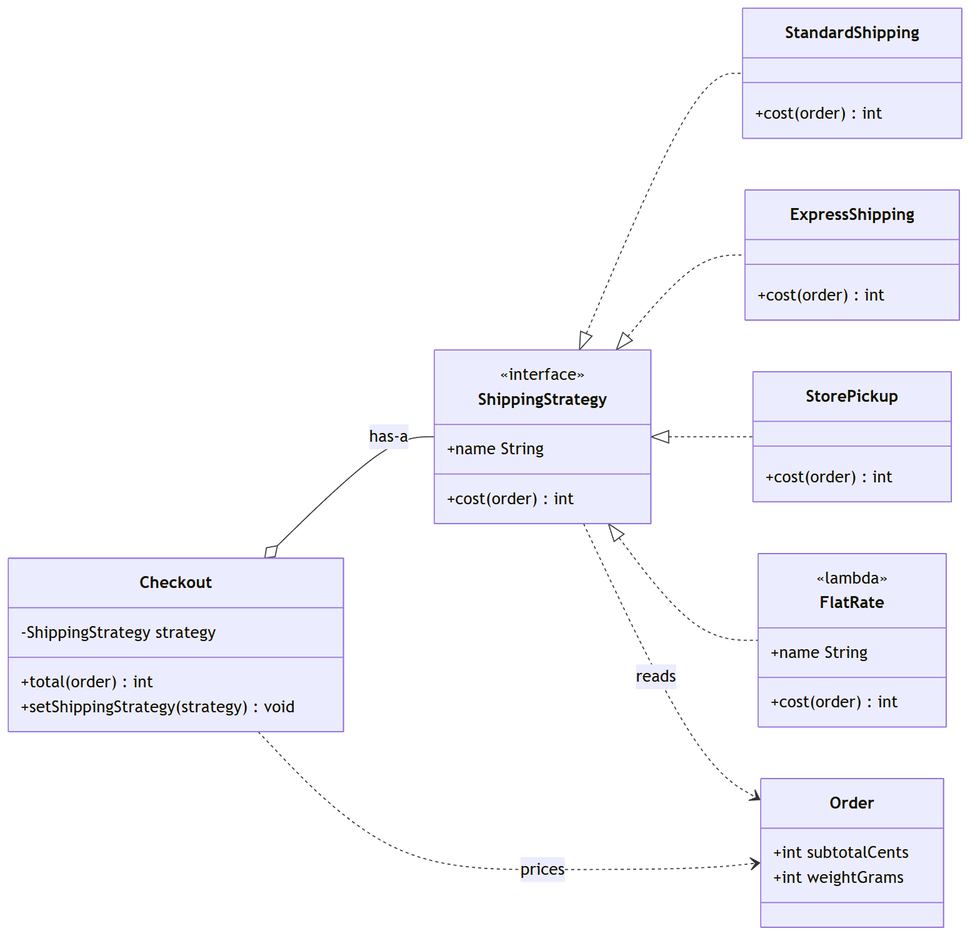
The Mermaid diagram docs/diagrams/checkout-class.png in enok/design-pattern-strategy, before a commit. Its source is kept beside it as docs/diagrams/checkout-class.mmd.
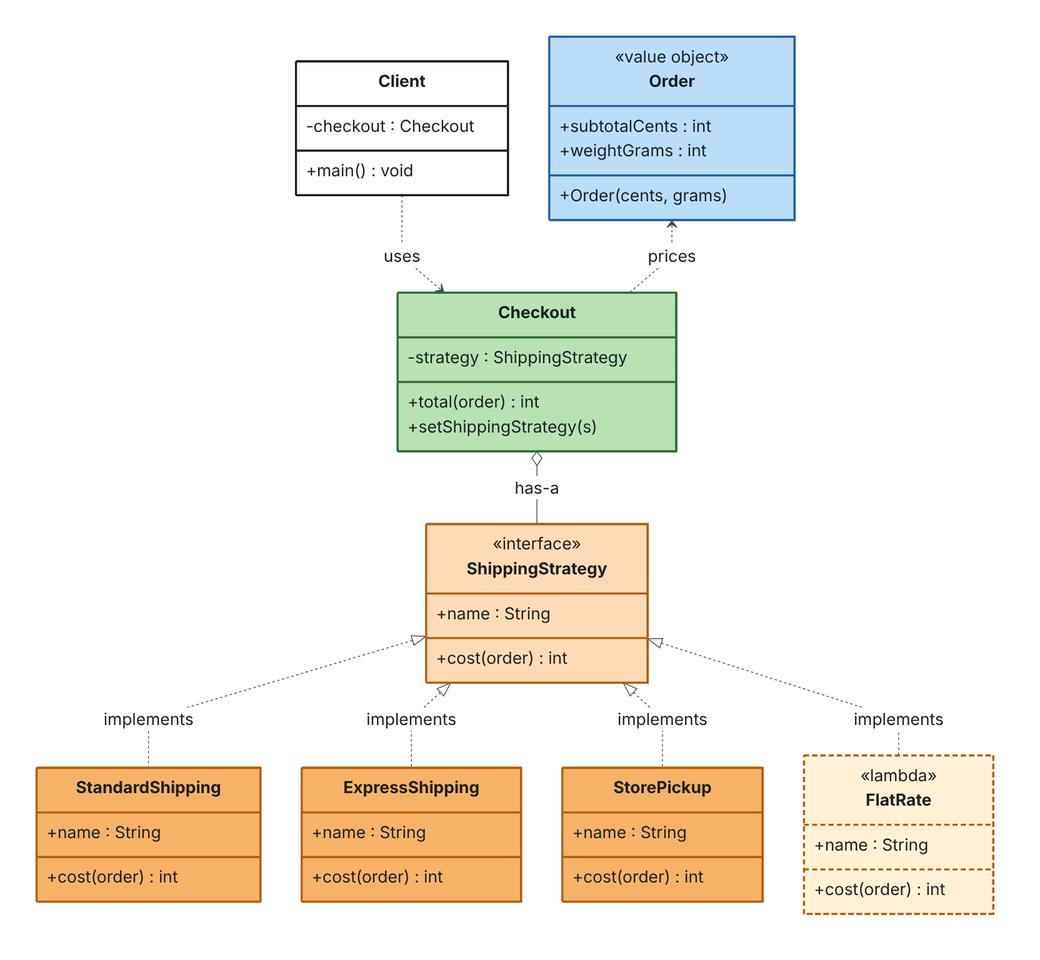
After the change.

Diff of the diagram source:
```diff
@@ -1,37 +1,55 @@
+%%{init: {"theme": "base", "themeVariables": {"fontFamily": "Arial, Helvetica, sans-serif", "fontSize": "20px", "background": "#FFFFFF", "primaryColor": "#FFFFFF", "primaryBorderColor": "#1B1F23", "primaryTextColor": "#1B1F23", "secondaryColor": "#FDDCB5", "tertiaryColor": "#F5F7FA", "lineColor": "#3D4650", "textColor": "#1B1F23", "mainBkg": "#FFFFFF", "nodeBorder": "#1B1F23", "clusterBkg": "#F5F7FA", "clusterBorder": "#9AA5B1", "edgeLabelBackground": "#FFFFFF", "noteBkgColor": "#FFF6D6", "noteBorderColor": "#B8860B", "noteTextColor": "#1B1F23", "actorBkg": "#B8E2B4", "actorBorder": "#2F6B35", "actorTextColor": "#1B1F23", "actorLineColor": "#7A8794", "signalColor": "#3D4650", "signalTextColor": "#1B1F23", "labelBoxBkgColor": "#F5F7FA", "labelBoxBorderColor": "#7A8794", "labelTextColor": "#1B1F23", "loopTextColor": "#1B1F23", "activationBkgColor": "#DDEFDB", "activationBorderColor": "#2F6B35", "sequenceNumberColor": "#FFFFFF", "classText": "#1B1F23"}, "flowchart": {"curve": "linear", "nodeSpacing": 50, "rankSpacing": 60, "padding": 16, "htmlLabels": false}, "sequence": {"actorMargin": 50, "messageMargin": 38, "boxMargin": 10, "noteMargin": 10, "mirrorActors": false, "useMaxWidth": false}, "class": {"padding": 12, "htmlLabels": false}, "fontFamily": "Arial, Helvetica, sans-serif"}}%%
 classDiagram
-    direction LR
-    class Order {
-        +int subtotalCents
-        +int weightGrams
+    direction TB
+    class Client {
+        -checkout : Checkout
+        +main() void
     }
     class Checkout {
-        -ShippingStrategy strategy
+        -strategy : ShippingStrategy
         +total(order) int
-        +setShippingStrategy(strategy) void
+        +setShippingStrategy(s)
+    }
+    class Order {
+        <<value object>>
+        +subtotalCents : int
+        +weightGrams : int
+        +Order(cents, grams)
     }
     class ShippingStrategy {
         <<interface>>
-        +name String
+        +name : String
         +cost(order) int
     }
     class StandardShipping {
+        +name : String
         +cost(order) int
     }
     class ExpressShipping {
+        +name : String
         +cost(order) int
     }
     class StorePickup {
+        +name : String
         +cost(order) int
     }
     class FlatRate {
         <<lambda>>
-        +name String
+        +name : String
         +cost(order) int
     }
+    Client ..> Checkout : uses
+    Order <.. Checkout : prices
     Checkout o-- ShippingStrategy : has-a
-    ShippingStrategy <|.. StandardShipping
-    ShippingStrategy <|.. ExpressShipping
-    ShippingStrategy <|.. StorePickup
-    ShippingStrategy <|.. FlatRate
-    Checkout ..> Order : prices
-    ShippingStrategy ..> Order : reads
+    ShippingStrategy <|.. StandardShipping : implements
+    ShippingStrategy <|.. ExpressShipping : implements
+    ShippingStrategy <|.. StorePickup : implements
+    ShippingStrategy <|.. FlatRate : implements
+    style Client fill:#FFFFFF,stroke:#1B1F23,stroke-width:2.5px
+    style Checkout fill:#B8E2B4,stroke:#2F6B35,stroke-width:2.5px
+    style Order fill:#BBDDF7,stroke:#1F5FA8,stroke-width:2.5px
+    style ShippingStrategy fill:#FDDCB5,stroke:#B35C0F,stroke-width:2.5px
+    style StandardShipping fill:#F7B267,stroke:#B35C0F,stroke-width:2.5px
+    style ExpressShipping fill:#F7B267,stroke:#B35C0F,stroke-width:2.5px
+    style StorePickup fill:#F7B267,stroke:#B35C0F,stroke-width:2.5px
+    style FlatRate fill:#FFF1D6,stroke:#B35C0F,stroke-width:2.5px,stroke-dasharray:6 4
```
